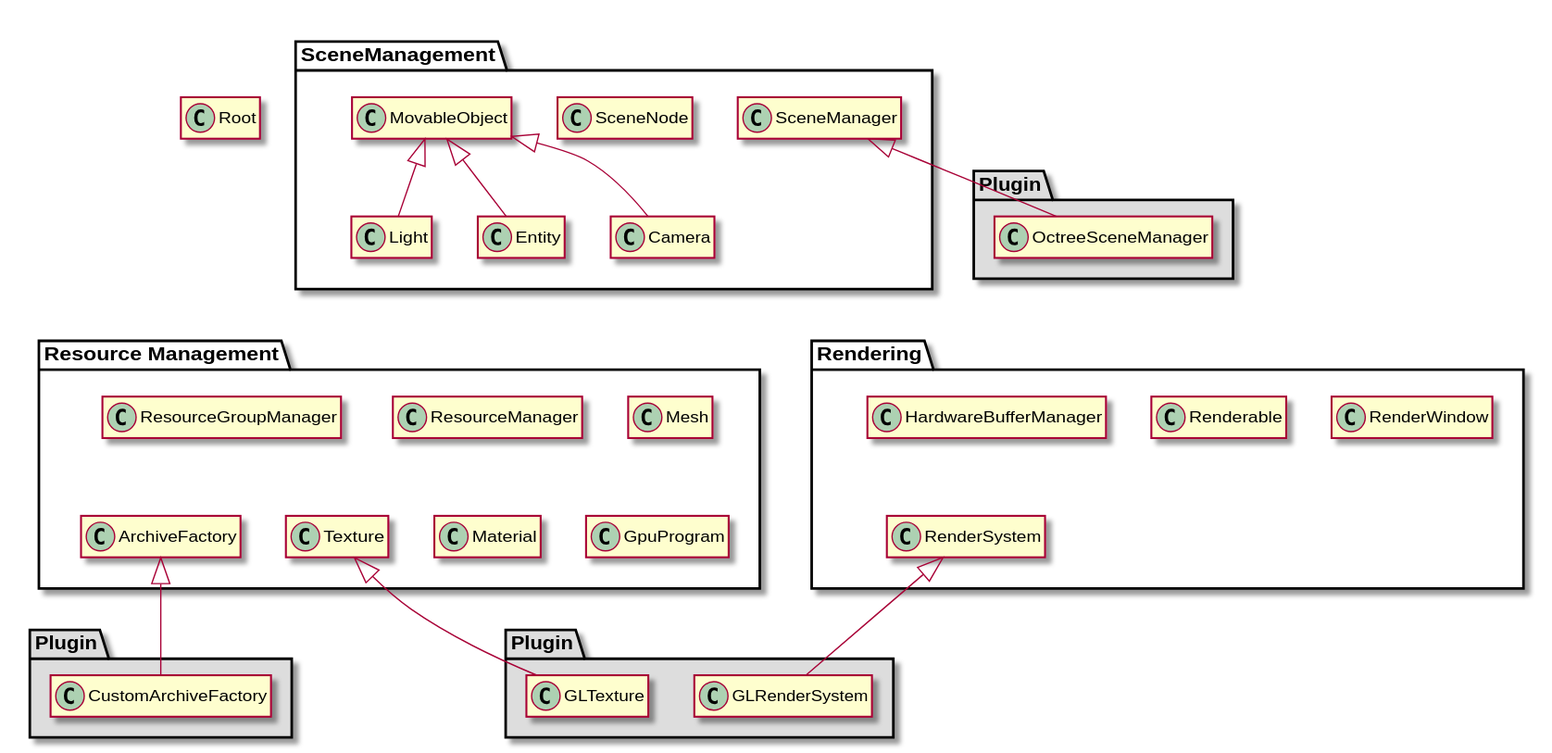
The PlantUML diagram Docs/src/images/uml-overview.svg in OGRECave/ogre, before a commit. Its source is kept beside it as Docs/src/umldocs/uml-overview.puml.
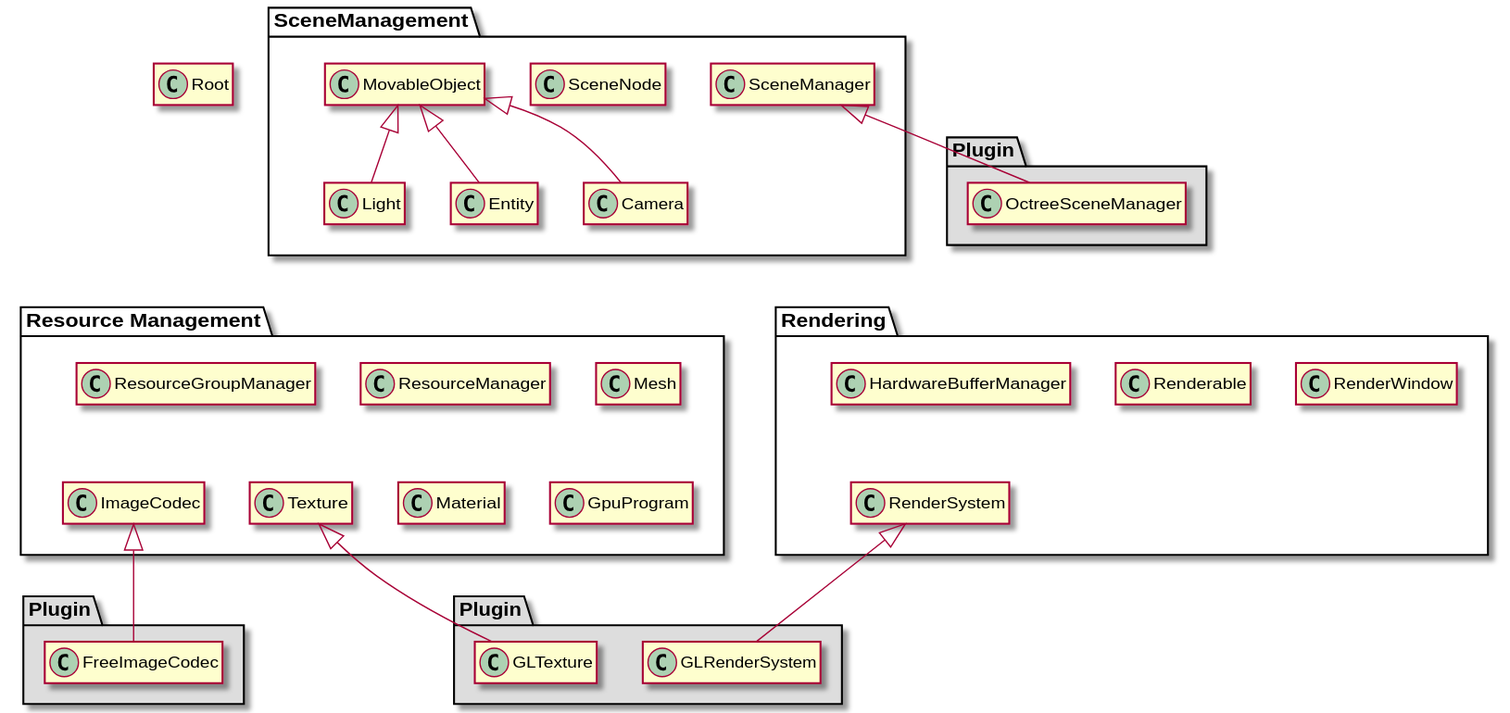
After the change.

The edit, as a diff of the source:
```diff
@@ -15,14 +15,14 @@
 package "Resource Management" {
     class ResourceGroupManager
     class ResourceManager
-    class ArchiveFactory
+    class ImageCodec
     class Mesh
     class Material
     class GpuProgram
     class Texture
 }
 package Plugin as Plugin2 #DDD {
-    ArchiveFactory <|-down- CustomArchiveFactory
+    ImageCodec <|-down- FreeImageCodec
 }
 package Rendering {
     class RenderWindow
@@ -39,6 +39,6 @@
 Light -down[hidden]- Rendering
 Light -down[hidden] "Resource Management"
 ResourceGroupManager -down[hidden]- Texture
-ResourceGroupManager -down[hidden]- ArchiveFactory
+ResourceGroupManager -down[hidden]- ImageCodec
 HardwareBufferManager -down[hidden]- RenderSystem
 @enduml
```
